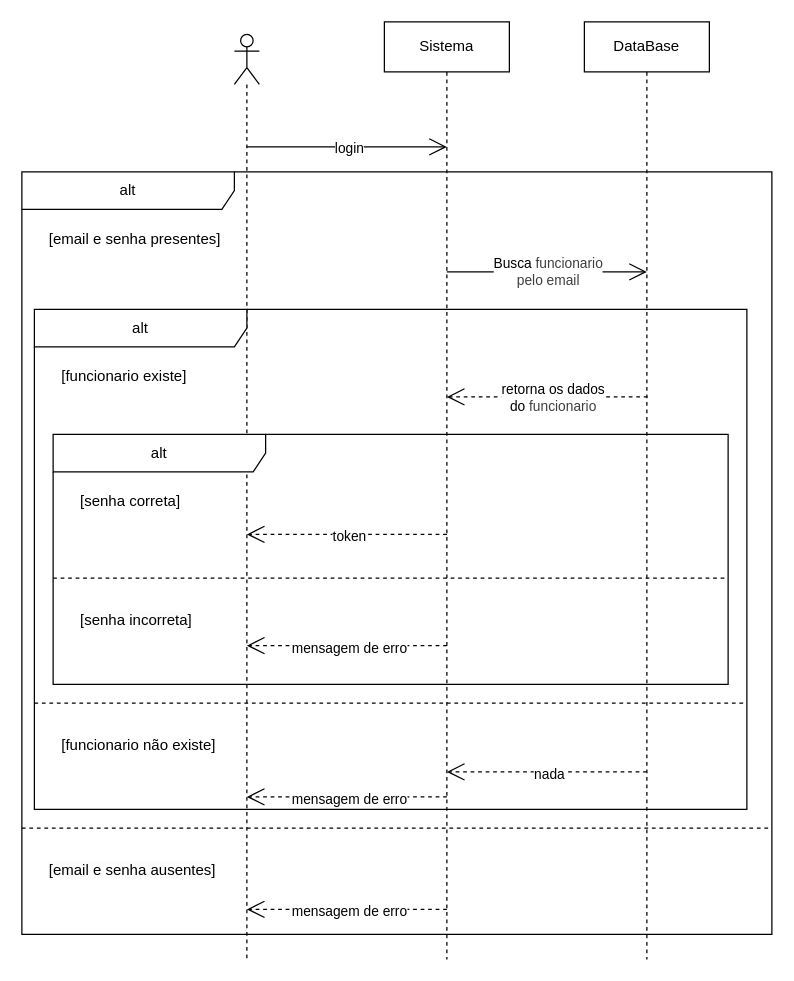
The draw.io diagram page "login" (1 of 22) of diagramas/sequencias/sequencias.drawio in ismaelnata01-maker/sistema-de-gestao-escolar, before the edit. Source tidied: cells renumbered, new cells numbered last; positions are measured from the earlier drawing's top-left corner, leaving out a move shared by most shapes. Both pictures are drawn from the tidied source at 125%, with x=0, y=0 at pixel (21, 21).
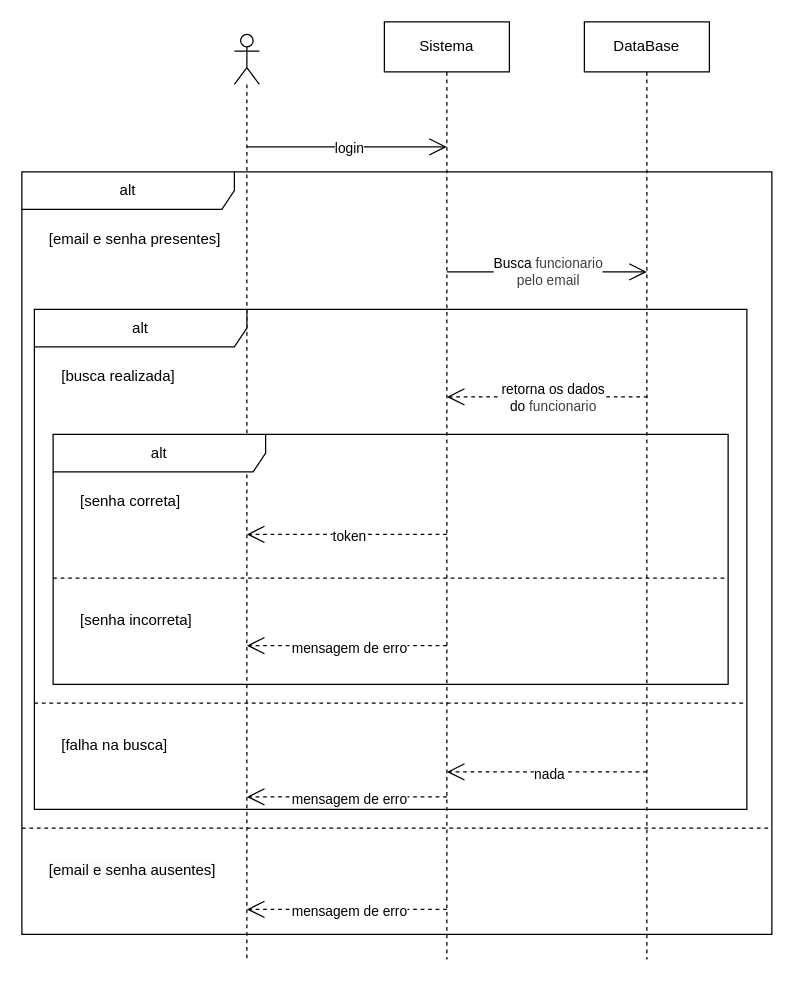
The same diagram, later.

Unchanged cells that the change refers to:
```xml
<mxCell id="14" value="alt" style="shape=umlFrame;whiteSpace=wrap;html=1;width=170;" parent="7" vertex="1">
  <mxGeometry x="10" y="110" width="570" height="400" as="geometry" />
</mxCell>
```

Diff of the diagram source:
```diff
@@
-    <mxCell id="15" value="[funcionario existe]" style="text;html=1;" parent="14" vertex="1">
+    <mxCell id="15" value="[busca realizada]" style="text;html=1;" parent="14" vertex="1">
       <mxGeometry width="100" height="20" relative="1" as="geometry">
         <mxPoint x="20" y="40" as="offset" />
       </mxGeometry>
     </mxCell>
-    <mxCell id="16" value="[funcionario não existe]" style="line;strokeWidth=1;dashed=1;labelPosition=center;verticalLabelPosition=bottom;align=left;verticalAlign=top;spacingLeft=20;spacingTop=15;html=1;whiteSpace=wrap;" parent="14" vertex="1">
+    <mxCell id="16" value="[falha na busca]" style="line;strokeWidth=1;dashed=1;labelPosition=center;verticalLabelPosition=bottom;align=left;verticalAlign=top;spacingLeft=20;spacingTop=15;html=1;whiteSpace=wrap;" parent="14" vertex="1">
       <mxGeometry y="310" width="570" height="10" as="geometry" />
     </mxCell>
```
